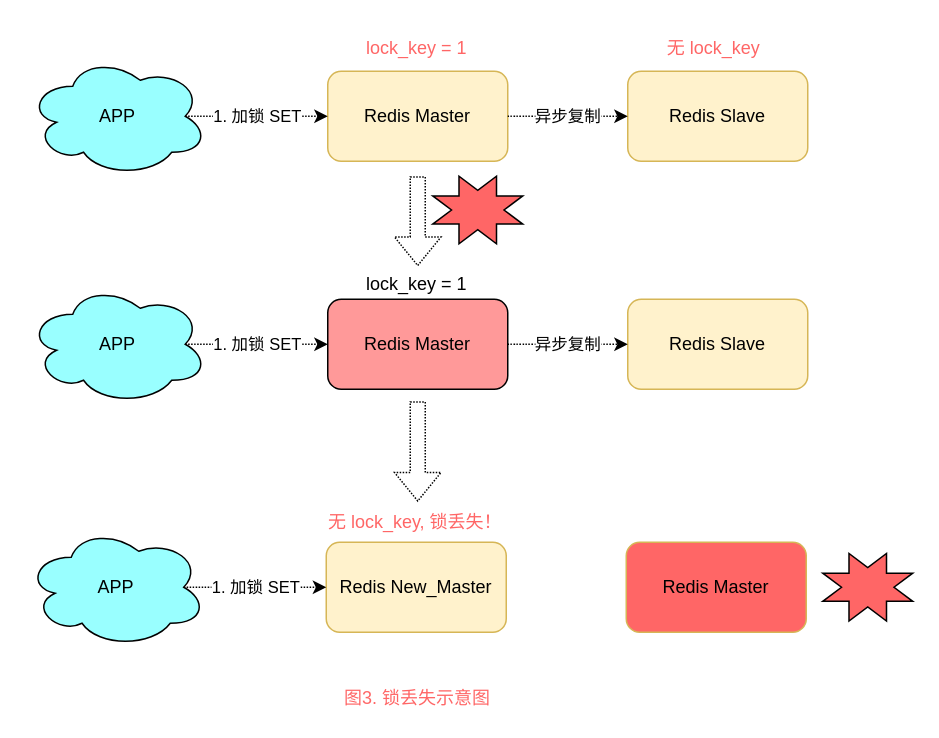
Before: 001-分布式锁/picture/what-is-it-001-005.drawio in ssezhangpeng/what-is-it, a draw.io diagram. Source tidied: cells renumbered, new cells numbered last; positions are measured from the earlier drawing's top-left corner, leaving out a move shared by most shapes. Both pictures are drawn from the tidied source at 150%, with x=0, y=0 at pixel (26, 26).
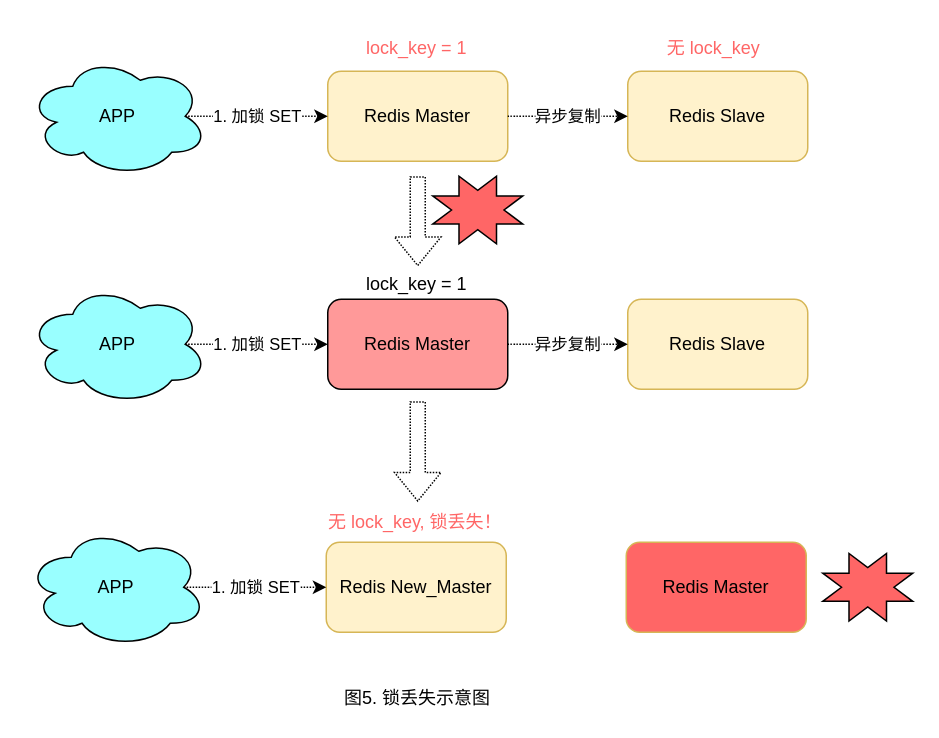
The same page after the edit.

What changed in the source:
```diff
@@
-    <mxCell id="24" value="图3. 锁丢失示意图" style="text;html=1;strokeColor=none;fillColor=none;align=center;verticalAlign=middle;whiteSpace=wrap;rounded=0;fillStyle=auto;fontColor=#FF6666;" parent="1" vertex="1">
+    <mxCell id="24" value="&lt;font color=&quot;#000000&quot;&gt;图5. 锁丢失示意图&lt;/font&gt;" style="text;html=1;strokeColor=none;fillColor=none;align=center;verticalAlign=middle;whiteSpace=wrap;rounded=0;fillStyle=auto;fontColor=#FF6666;" parent="1" vertex="1">
       <mxGeometry x="206" y="438" width="110" height="20" as="geometry" />
     </mxCell>
```
